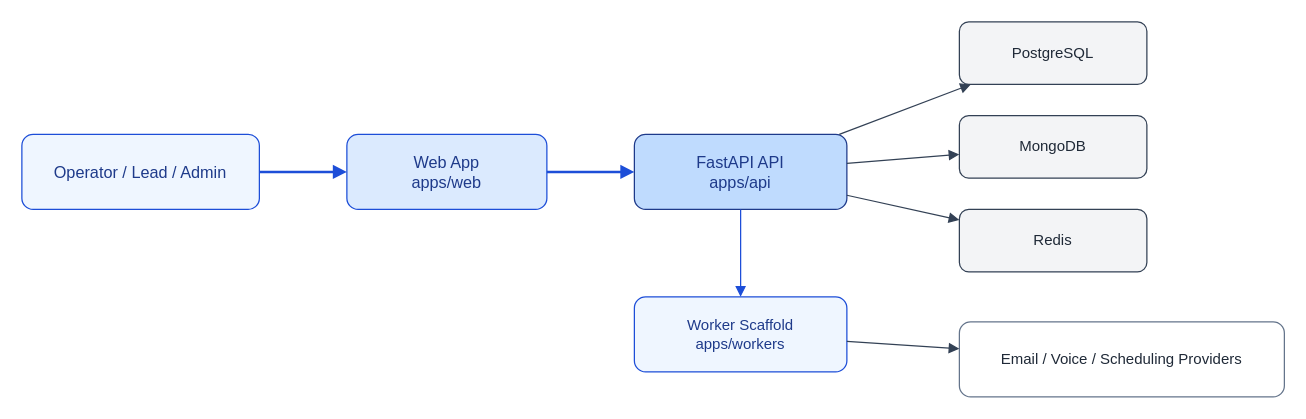
Above: docs/architecture/diagrams/system-context.drawio in karthikrchandran/SignalLoop (draw.io), before the change. Source tidied: cells renumbered, new cells numbered last; positions are measured from the earlier drawing's top-left corner, leaving out a move shared by most shapes. Both pictures are drawn from the tidied source at 125%, with x=0, y=0 at pixel (21, 21).
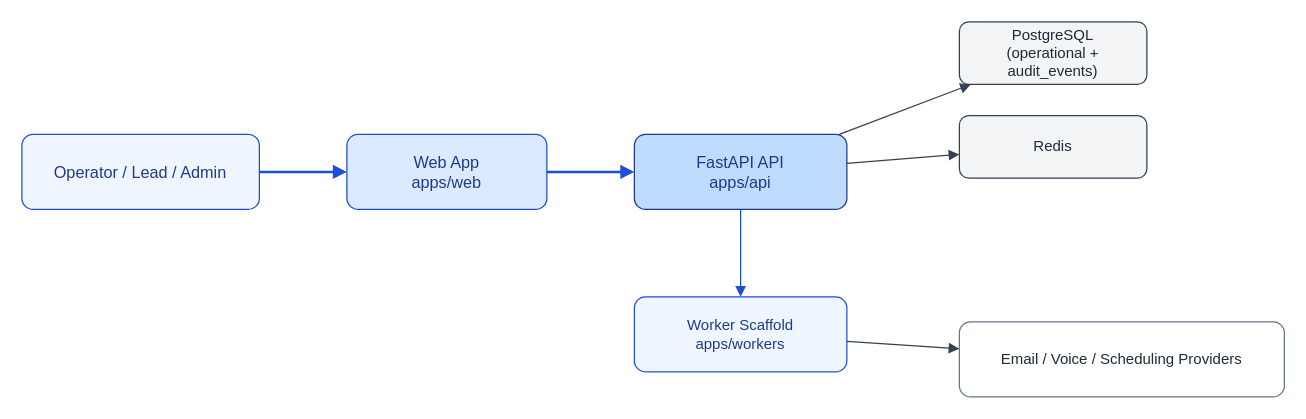
Above is the later version.

What changed in the source:
```diff
@@
 <mxGraphModel>
   <root>
     <mxCell id="0" />
     <mxCell id="1" parent="0" />
     <mxCell id="2" value="Operator / Lead / Admin" style="rounded=1;whiteSpace=wrap;html=1;strokeColor=#1D4ED8;fillColor=#EFF6FF;fontColor=#1E3A8A;fontSize=13;" parent="1" vertex="1">
       <mxGeometry y="90" width="190" height="60" as="geometry" />
     </mxCell>
     <mxCell id="3" value="Web App&#10;apps/web" style="rounded=1;whiteSpace=wrap;html=1;strokeColor=#1D4ED8;fillColor=#DBEAFE;fontColor=#1E3A8A;fontSize=13;" parent="1" vertex="1">
       <mxGeometry x="260" y="90" width="160" height="60" as="geometry" />
     </mxCell>
     <mxCell id="4" value="FastAPI API&#10;apps/api" style="rounded=1;whiteSpace=wrap;html=1;strokeColor=#1E3A8A;fillColor=#BFDBFE;fontColor=#1E3A8A;fontSize=13;" parent="1" vertex="1">
       <mxGeometry x="490" y="90" width="170" height="60" as="geometry" />
     </mxCell>
-    <mxCell id="5" value="PostgreSQL" style="rounded=1;whiteSpace=wrap;html=1;strokeColor=#334155;fillColor=#F3F4F6;fontColor=#1F2937;fontSize=12;" parent="1" vertex="1">
+    <mxCell id="5" value="PostgreSQL&#10;(operational + audit_events)" style="rounded=1;whiteSpace=wrap;html=1;strokeColor=#334155;fillColor=#F3F4F6;fontColor=#1F2937;fontSize=12;" parent="1" vertex="1">
       <mxGeometry x="750" width="150" height="50" as="geometry" />
     </mxCell>
-    <mxCell id="6" value="MongoDB" style="rounded=1;whiteSpace=wrap;html=1;strokeColor=#334155;fillColor=#F3F4F6;fontColor=#1F2937;fontSize=12;" parent="1" vertex="1">
-      <mxGeometry x="750" y="75" width="150" height="50" as="geometry" />
-    </mxCell>
     <mxCell id="7" value="Redis" style="rounded=1;whiteSpace=wrap;html=1;strokeColor=#334155;fillColor=#F3F4F6;fontColor=#1F2937;fontSize=12;" parent="1" vertex="1">
-      <mxGeometry x="750" y="150" width="150" height="50" as="geometry" />
+      <mxGeometry x="750" y="75" width="150" height="50" as="geometry" />
     </mxCell>
     <mxCell id="8" value="Worker Scaffold&#10;apps/workers" style="rounded=1;whiteSpace=wrap;html=1;strokeColor=#1D4ED8;fillColor=#EFF6FF;fontColor=#1E3A8A;fontSize=12;" parent="1" vertex="1">
       <mxGeometry x="490" y="220" width="170" height="60" as="geometry" />
     </mxCell>
     <mxCell id="9" value="Email / Voice / Scheduling Providers" style="rounded=1;whiteSpace=wrap;html=1;strokeColor=#64748B;fillColor=#FFFFFF;fontColor=#1F2937;fontSize=12;" parent="1" vertex="1">
       <mxGeometry x="750" y="240" width="260" height="60" as="geometry" />
     </mxCell>
     <mxCell id="10" style="endArrow=block;endFill=1;strokeColor=#1D4ED8;strokeWidth=2;" parent="1" edge="1" source="2" target="3">
       <mxGeometry relative="1" as="geometry" />
     </mxCell>
     <mxCell id="11" style="endArrow=block;endFill=1;strokeColor=#1D4ED8;strokeWidth=2;" parent="1" edge="1" source="3" target="4">
       <mxGeometry relative="1" as="geometry" />
     </mxCell>
     <mxCell id="12" style="endArrow=block;endFill=1;strokeColor=#334155;" parent="1" edge="1" source="4" target="5">
       <mxGeometry relative="1" as="geometry" />
     </mxCell>
-    <mxCell id="13" style="endArrow=block;endFill=1;strokeColor=#334155;" parent="1" edge="1" source="4" target="6">
-      <mxGeometry relative="1" as="geometry" />
-    </mxCell>
     <mxCell id="14" style="endArrow=block;endFill=1;strokeColor=#334155;" parent="1" edge="1" source="4" target="7">
       <mxGeometry relative="1" as="geometry" />
     </mxCell>
     <mxCell id="15" style="endArrow=block;endFill=1;strokeColor=#1D4ED8;" parent="1" edge="1" source="4" target="8">
       <mxGeometry relative="1" as="geometry" />
     </mxCell>
     <mxCell id="16" style="endArrow=block;endFill=1;strokeColor=#334155;" parent="1" edge="1" source="8" target="9">
       <mxGeometry relative="1" as="geometry" />
     </mxCell>
   </root>
 </mxGraphModel>
```
